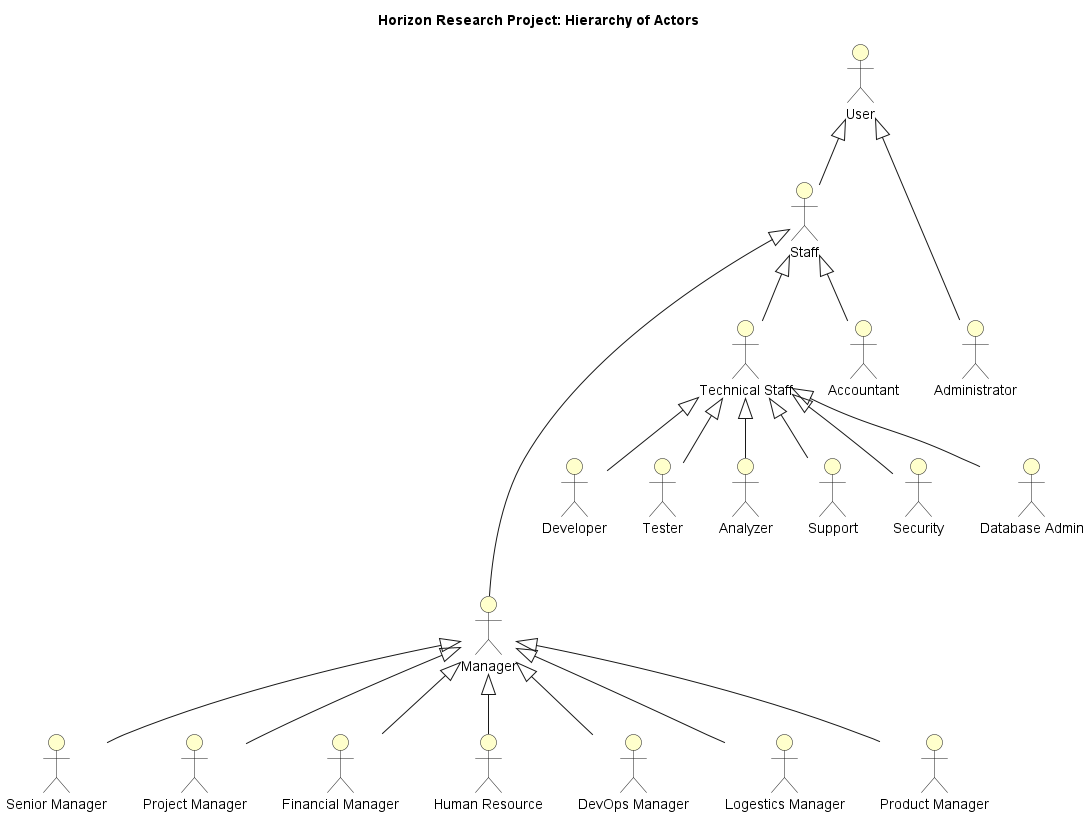
Earlier version of the PlantUML export HorizonUml/out/UseCase/Actor/ActorDiagram.png (mahyaresteki/Horizon).
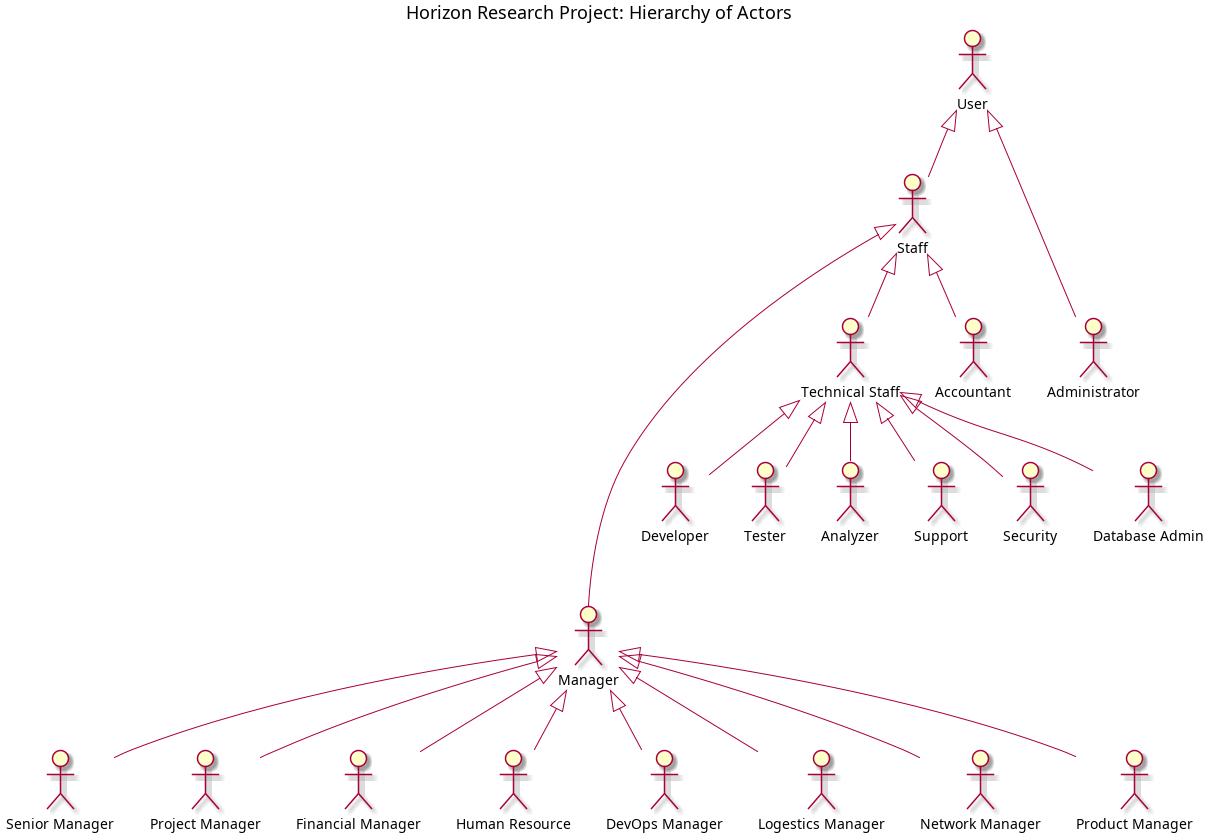
Later version of the same file.

Diff of the diagram source:
```diff
@@ -1,6 +1,7 @@
 @startuml
 
 skinparam actorBackgroundColor #Business
+skinparam Shadowing True
 
 title Horizon Research Project: Hierarchy of Actors
 
@@ -20,6 +21,7 @@
 :Tester: as Tester
 :Analyzer: as Analyzer
 :Logestics Manager: as LogesticsManager
+:Network Manager: as NetworkManager
 :Product Manager: as ProductManager
 :Support: as Support
 :Security: as Security
@@ -46,5 +48,6 @@
 Manager <|-- HR
 Manager <|-- LogesticsManager
 Manager <|-- ProductManager
+Manager <|-- NetworkManager
 
 @enduml
```
